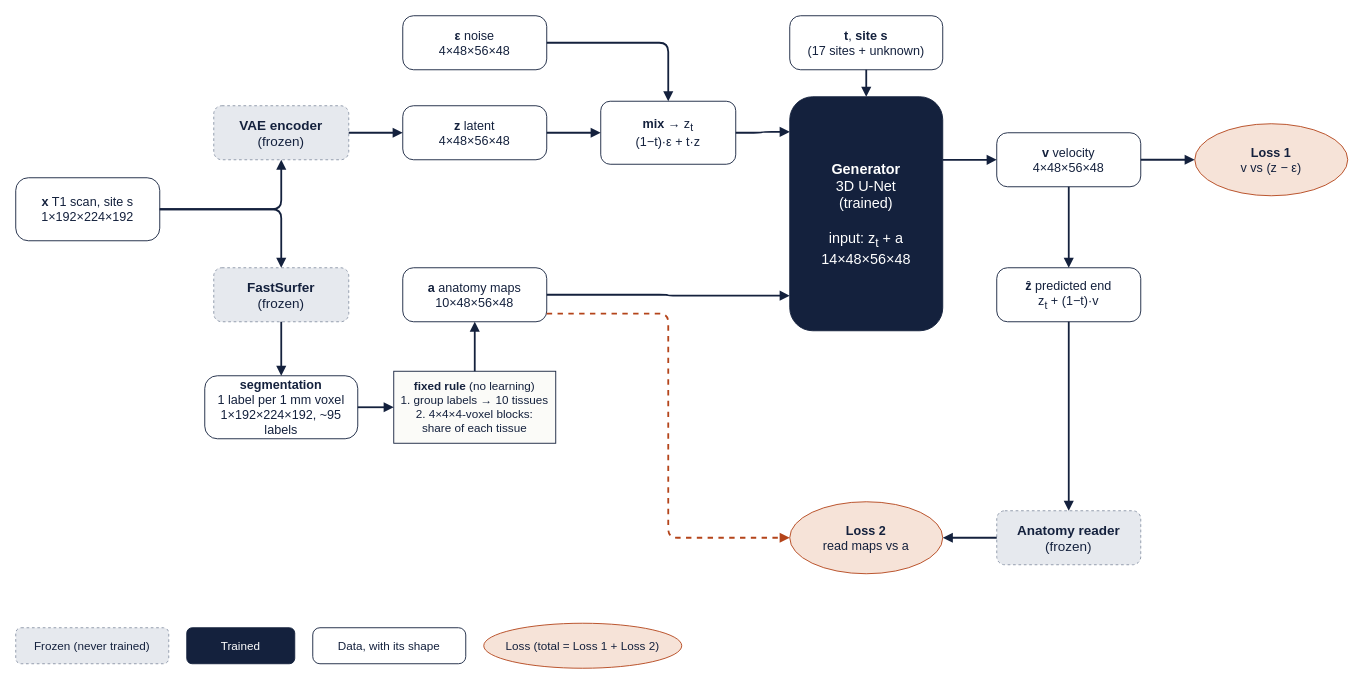
This is page "1 Training" (2 of 3) of docs/figures/latch_overview.drawio from gloriacuenco/latch_trials, a draw.io file, before an edit. Source tidied: cells renumbered, new cells numbered last; positions are measured from the earlier drawing's top-left corner, leaving out a move shared by most shapes. Both pictures are drawn from the tidied source at 90%, with x=0, y=0 at pixel (15, 15).
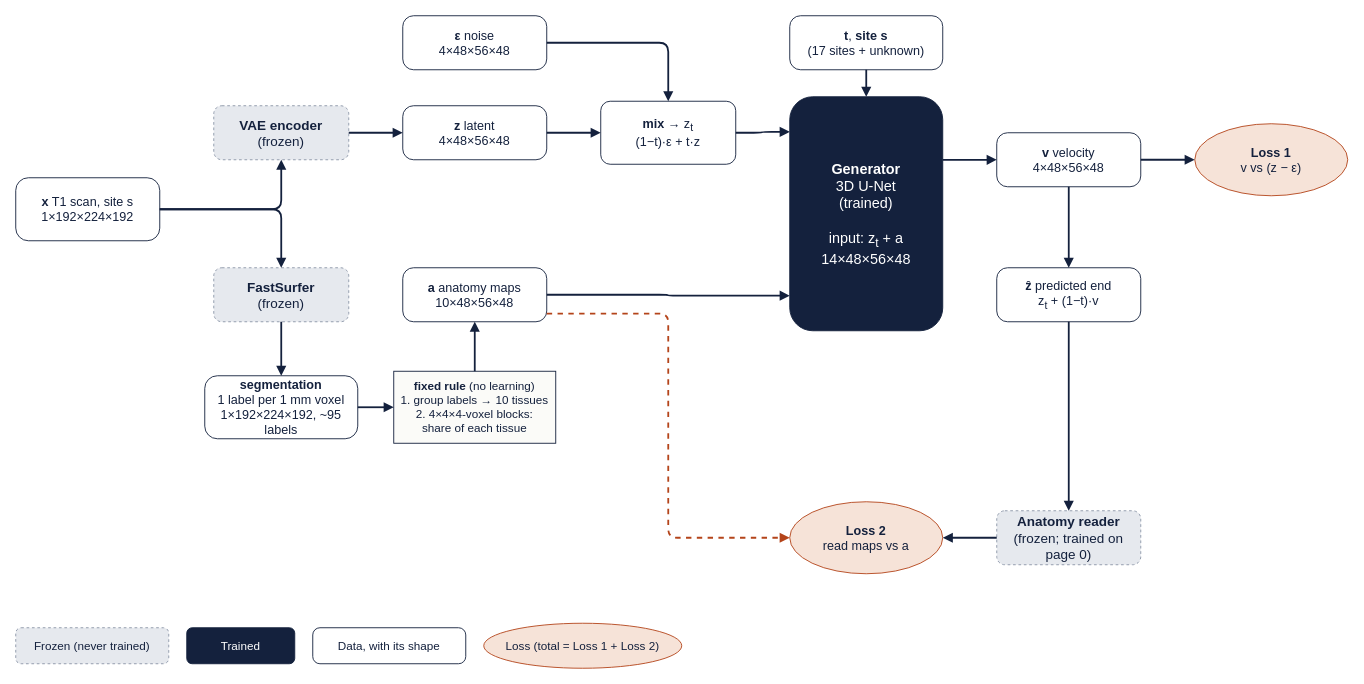
After the change.

Commit message:
Diagram: add the anatomy reader's training as its own page

Change to the diagram source:
```diff
@@
-    <mxCell id="14" value="&lt;b&gt;Anatomy reader&lt;/b&gt;&lt;br&gt;(frozen)" style="rounded=1;whiteSpace=wrap;html=1;fillColor=#E6E9EE;strokeColor=#8C96A8;dashed=1;fontSize=15;fontColor=#14213D;" parent="1" vertex="1">
+    <mxCell id="14" value="&lt;b&gt;Anatomy reader&lt;/b&gt;&lt;br&gt;(frozen; trained on page 0)" style="rounded=1;whiteSpace=wrap;html=1;fillColor=#E6E9EE;strokeColor=#8C96A8;dashed=1;fontSize=15;fontColor=#14213D;" parent="1" vertex="1">
       <mxGeometry x="1090" y="550" width="160" height="60" as="geometry" />
     </mxCell>
```
